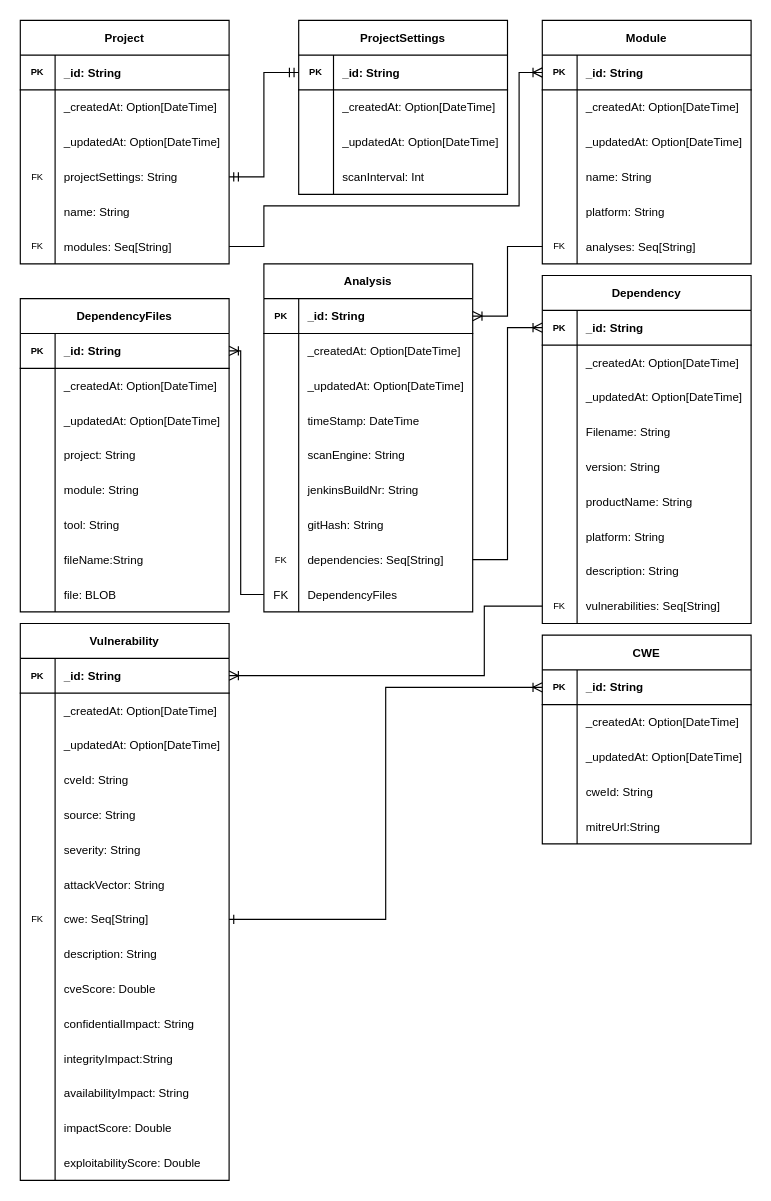
Earlier version of the draw.io diagram page "SOUPAPI DM" (4 of 13) of gfx/SOUPAPI.drawio (codefink2020/AfstudeerVerslagFINAL). Source tidied: cells renumbered, new cells numbered last; positions are measured from the earlier drawing's top-left corner, leaving out a move shared by most shapes. Both pictures are drawn from the tidied source at 116%, with x=0, y=0 at pixel (20, 20).
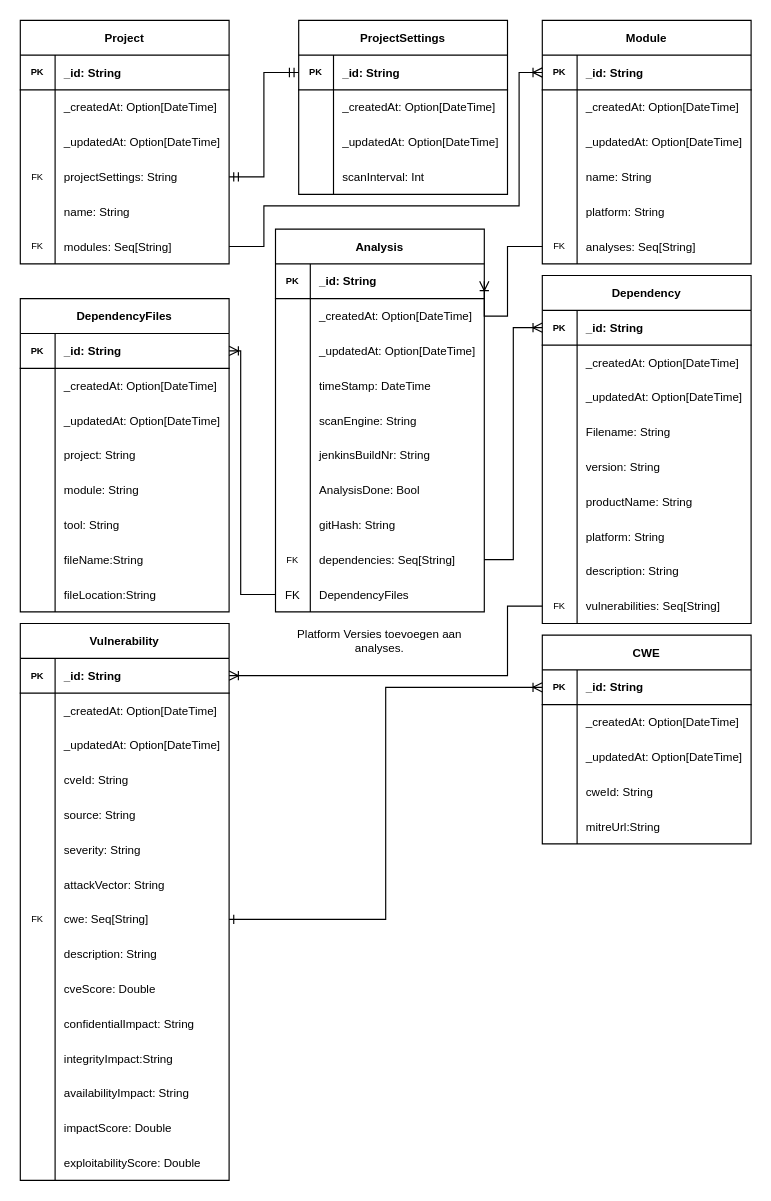
After the change.

The change refers to these unchanged cells:
```xml
<mxCell id="95" style="shape=tableRow;horizontal=0;startSize=0;swimlaneHead=0;swimlaneBody=0;fillColor=none;points=[[0,0.5],[1,0.5]];portConstraint=eastwest;top=0;left=0;right=0;bottom=0;fontSize=8;" parent="70" vertex="1">
  <mxGeometry y="270" width="180" height="30" as="geometry" />
</mxCell>
<mxCell id="100" style="shape=tableRow;horizontal=0;startSize=0;swimlaneHead=0;swimlaneBody=0;fillColor=none;points=[[0,0.5],[1,0.5]];portConstraint=eastwest;top=0;left=0;right=0;bottom=1;fontSize=8;" parent="99" vertex="1">
  <mxGeometry y="30" width="180" height="30" as="geometry" />
</mxCell>
<mxCell id="186" style="shape=tableRow;horizontal=0;startSize=0;swimlaneHead=0;swimlaneBody=0;fillColor=none;top=0;left=0;right=0;bottom=0;dashed=1;labelBackgroundColor=none;fontFamily=Helvetica;fontSize=8;fontColor=#000000;" parent="164" vertex="1">
  <mxGeometry y="240" width="180" height="30" as="geometry" />
</mxCell>
```

The edit, as a diff of the source:
```diff
@@
     <mxCell id="41" value="Analysis" style="shape=table;startSize=30;childLayout=tableLayout;rowLines=0;fontStyle=1;align=center;fontSize=10;" parent="1" vertex="1">
-      <mxGeometry x="210" y="210" width="180" height="300" as="geometry" />
+      <mxGeometry x="220" y="180" width="180" height="330" as="geometry" />
     </mxCell>
@@
+    <mxCell id="204" style="shape=tableRow;horizontal=0;startSize=0;swimlaneHead=0;swimlaneBody=0;fillColor=none;top=0;left=0;right=0;bottom=0;rounded=1;labelBackgroundColor=default;fontSize=10;strokeColor=default;" parent="41" vertex="1">
+      <mxGeometry y="210" width="180" height="30" as="geometry" />
+    </mxCell>
+    <mxCell id="205" style="shape=partialRectangle;fillColor=none;top=0;left=0;bottom=0;right=0;fontStyle=0;overflow=hidden;rounded=1;labelBackgroundColor=default;fontSize=10;strokeColor=default;" parent="204" vertex="1">
+      <mxGeometry width="30" height="30" as="geometry" />
+    </mxCell>
+    <mxCell id="206" value="AnalysisDone: Bool" style="shape=partialRectangle;fillColor=none;top=0;left=0;bottom=0;right=0;align=left;spacingLeft=6;fontStyle=0;overflow=hidden;rounded=1;labelBackgroundColor=default;fontSize=10;strokeColor=default;" parent="204" vertex="1">
+      <mxGeometry x="30" width="150" height="30" as="geometry" />
+    </mxCell>
     <mxCell id="60" style="shape=tableRow;horizontal=0;startSize=0;swimlaneHead=0;swimlaneBody=0;fillColor=none;top=0;left=0;right=0;bottom=0;fontSize=8;" parent="41" vertex="1">
-      <mxGeometry y="210" width="180" height="30" as="geometry" />
+      <mxGeometry y="240" width="180" height="30" as="geometry" />
     </mxCell>
@@
     <mxCell id="63" style="shape=tableRow;horizontal=0;startSize=0;swimlaneHead=0;swimlaneBody=0;fillColor=none;points=[[0,0.5],[1,0.5]];portConstraint=eastwest;top=0;left=0;right=0;bottom=0;fontSize=8;" parent="41" vertex="1">
-      <mxGeometry y="240" width="180" height="30" as="geometry" />
+      <mxGeometry y="270" width="180" height="30" as="geometry" />
     </mxCell>
@@
     <mxCell id="66" style="shape=tableRow;horizontal=0;startSize=0;swimlaneHead=0;swimlaneBody=0;fillColor=none;points=[[0,0.5],[1,0.5]];portConstraint=eastwest;top=0;left=0;right=0;bottom=0;dashed=1;labelBackgroundColor=none;fontFamily=Helvetica;fontSize=10;fontColor=#000000;" parent="41" vertex="1">
-      <mxGeometry y="270" width="180" height="30" as="geometry" />
+      <mxGeometry y="300" width="180" height="30" as="geometry" />
     </mxCell>
@@
     <mxCell id="146" style="edgeStyle=orthogonalEdgeStyle;rounded=0;jettySize=auto;html=1;exitX=0;exitY=0.5;exitDx=0;exitDy=0;entryX=1;entryY=0.5;entryDx=0;entryDy=0;fontSize=8;endArrow=ERoneToMany;endFill=0;" parent="1" edge="1" source="95" target="100">
       <mxGeometry relative="1" as="geometry">
         <Array as="points">
-          <mxPoint x="400" y="505" />
-          <mxPoint x="400" y="565" />
+          <mxPoint x="420" y="505" />
+          <mxPoint x="420" y="565" />
         </Array>
       </mxGeometry>
     </mxCell>
@@
-    <mxCell id="188" value="file: BLOB" style="shape=partialRectangle;fillColor=none;top=0;left=0;bottom=0;right=0;align=left;spacingLeft=6;fontStyle=0;overflow=hidden;dashed=1;labelBackgroundColor=none;fontFamily=Helvetica;fontSize=10;fontColor=#000000;" parent="186" vertex="1">
+    <mxCell id="188" value="fileLocation:String" style="shape=partialRectangle;fillColor=none;top=0;left=0;bottom=0;right=0;align=left;spacingLeft=6;fontStyle=0;overflow=hidden;dashed=1;labelBackgroundColor=none;fontFamily=Helvetica;fontSize=10;fontColor=#000000;" parent="186" vertex="1">
       <mxGeometry x="30" width="150" height="30" as="geometry" />
     </mxCell>
@@
+    <mxCell id="207" value="Platform Versies toevoegen aan analyses." style="text;html=1;strokeColor=none;fillColor=none;align=center;verticalAlign=middle;whiteSpace=wrap;rounded=0;labelBackgroundColor=default;fontSize=10;" parent="1" vertex="1">
+      <mxGeometry x="230" y="520" width="160" height="30" as="geometry" />
+    </mxCell>
```
